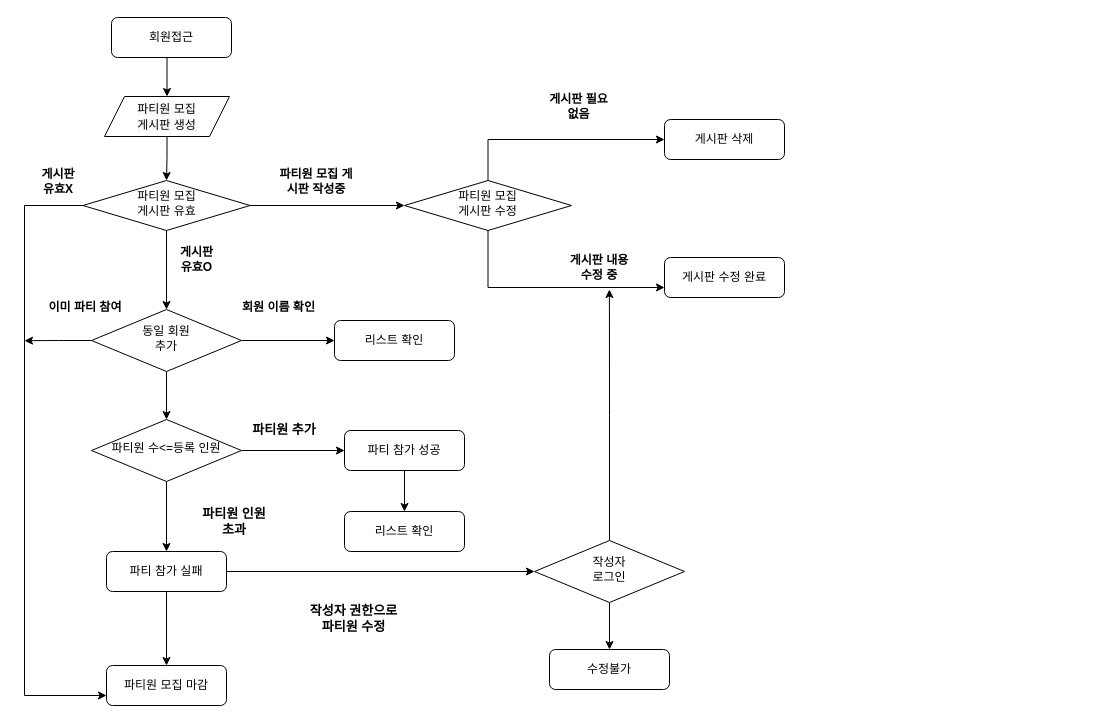
This is Untitled Diagram.drawio from userminsu/git, a draw.io file, before an edit. Source tidied: cells renumbered, new cells numbered last; positions are measured from the earlier drawing's top-left corner, leaving out a move shared by most shapes. Both pictures are drawn from the tidied source at 100%, with x=0, y=0 at pixel (24, 17).
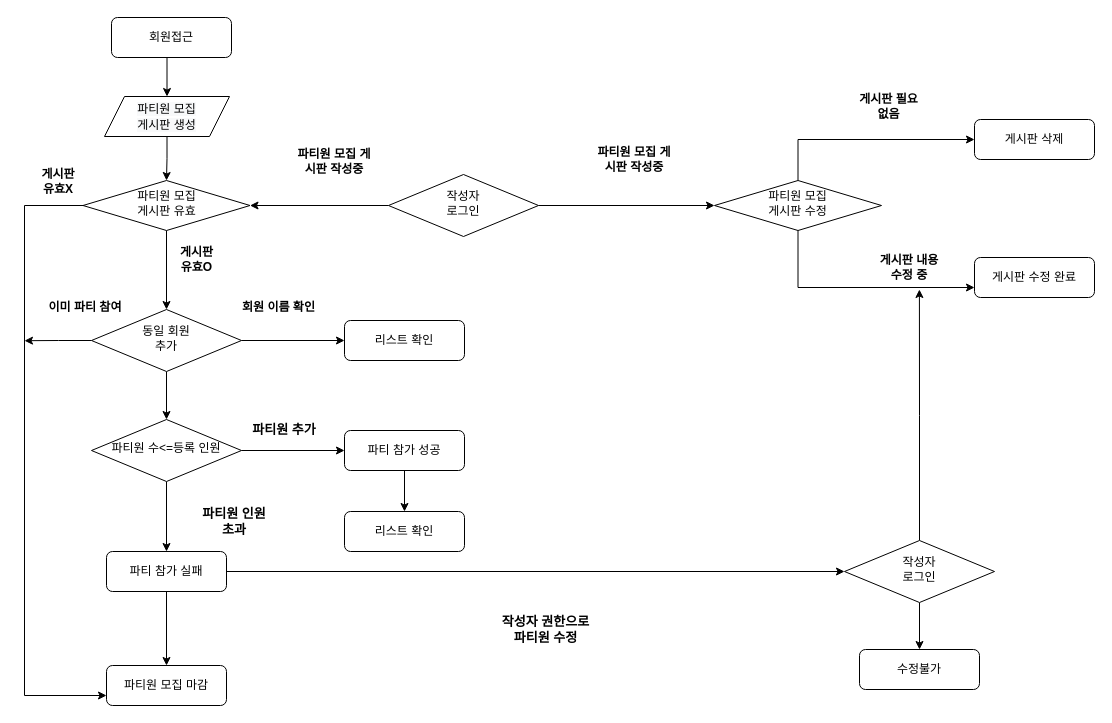
The same diagram, later.

The change refers to these unchanged cells:
```xml
<mxCell id="18" value="파티원 모집&lt;br&gt;게시판 유효" style="rhombus;whiteSpace=wrap;html=1;shadow=0;fontFamily=Helvetica;fontSize=12;align=center;strokeWidth=1;spacing=6;spacingTop=-4;" parent="1" vertex="1">
  <mxGeometry x="58.5" y="163" width="167" height="50" as="geometry" />
</mxCell>
```

Change to the diagram source:
```diff
@@
-    <mxCell id="16" style="edgeStyle=orthogonalEdgeStyle;rounded=0;jettySize=auto;html=1;exitX=1;exitY=0.5;exitDx=0;exitDy=0;entryX=0;entryY=0.5;entryDx=0;entryDy=0;fontSize=12;" parent="1" edge="1" source="18" target="23">
-      <mxGeometry relative="1" as="geometry" />
-    </mxCell>
@@
     <mxCell id="23" value="파티원 모집&lt;br&gt;게시판 수정" style="rhombus;whiteSpace=wrap;html=1;shadow=0;fontFamily=Helvetica;fontSize=12;align=center;strokeWidth=1;spacing=6;spacingTop=-4;" parent="1" vertex="1">
-      <mxGeometry x="380" y="163" width="167" height="50" as="geometry" />
+      <mxGeometry x="690" y="163" width="167" height="50" as="geometry" />
     </mxCell>
     <mxCell id="24" value="게시판 삭제" style="rounded=1;whiteSpace=wrap;html=1;fontSize=12;glass=0;strokeWidth=1;shadow=0;" parent="1" vertex="1">
-      <mxGeometry x="640" y="102" width="120" height="40" as="geometry" />
+      <mxGeometry x="950" y="102" width="120" height="40" as="geometry" />
     </mxCell>
     <mxCell id="25" value="게시판 수정 완료" style="rounded=1;whiteSpace=wrap;html=1;fontSize=12;glass=0;strokeWidth=1;shadow=0;" parent="1" vertex="1">
-      <mxGeometry x="640" y="240" width="120" height="40" as="geometry" />
+      <mxGeometry x="950" y="240" width="120" height="40" as="geometry" />
     </mxCell>
@@
     <mxCell id="28" value="파티원 모집 게시판 작성중" style="text;html=1;strokeColor=none;fillColor=none;align=center;verticalAlign=middle;whiteSpace=wrap;rounded=0;fontSize=12;fontStyle=1;" parent="1" vertex="1">
-      <mxGeometry x="252" y="154" width="80" height="20" as="geometry" />
+      <mxGeometry x="270" y="134" width="80" height="20" as="geometry" />
     </mxCell>
     <mxCell id="29" value="게시판 필요 없음" style="text;html=1;strokeColor=none;fillColor=none;align=center;verticalAlign=middle;whiteSpace=wrap;rounded=0;fontSize=12;fontStyle=1;" parent="1" vertex="1">
-      <mxGeometry x="520" y="79" width="68.8" height="20" as="geometry" />
+      <mxGeometry x="830" y="79" width="68.8" height="20" as="geometry" />
     </mxCell>
     <mxCell id="30" value="게시판 내용 수정 중" style="text;html=1;strokeColor=none;fillColor=none;align=center;verticalAlign=middle;whiteSpace=wrap;rounded=0;fontSize=12;fontStyle=1;" parent="1" vertex="1">
-      <mxGeometry x="540" y="240" width="70" height="20" as="geometry" />
+      <mxGeometry x="850" y="240" width="70" height="20" as="geometry" />
     </mxCell>
@@
     <mxCell id="35" value="리스트 확인" style="rounded=1;whiteSpace=wrap;html=1;fontSize=12;glass=0;strokeWidth=1;shadow=0;" parent="1" vertex="1">
-      <mxGeometry x="310" y="303" width="120" height="40" as="geometry" />
+      <mxGeometry x="320" y="303" width="120" height="40" as="geometry" />
     </mxCell>
@@
     <mxCell id="40" style="edgeStyle=orthogonalEdgeStyle;rounded=0;jettySize=auto;html=1;exitX=0.5;exitY=0;exitDx=0;exitDy=0;fontSize=13;" parent="1" edge="1" source="41">
       <mxGeometry relative="1" as="geometry">
-        <mxPoint x="584.9" y="272" as="targetPoint" />
+        <mxPoint x="894.9" y="272" as="targetPoint" />
       </mxGeometry>
     </mxCell>
     <mxCell id="41" value="작성자&lt;br&gt;로그인" style="rhombus;whiteSpace=wrap;html=1;shadow=0;fontFamily=Helvetica;fontSize=12;align=center;strokeWidth=1;spacing=6;spacingTop=-4;" parent="1" vertex="1">
-      <mxGeometry x="510" y="523" width="150" height="62" as="geometry" />
+      <mxGeometry x="820" y="523" width="150" height="62" as="geometry" />
     </mxCell>
     <mxCell id="42" value="수정불가" style="rounded=1;whiteSpace=wrap;html=1;fontSize=12;glass=0;strokeWidth=1;shadow=0;" parent="1" vertex="1">
-      <mxGeometry x="525" y="632" width="120" height="40" as="geometry" />
+      <mxGeometry x="835" y="632" width="120" height="40" as="geometry" />
     </mxCell>
     <mxCell id="43" value="작성자 권한으로 파티원 수정" style="text;html=1;strokeColor=none;fillColor=none;align=center;verticalAlign=middle;whiteSpace=wrap;rounded=0;fontSize=13;fontStyle=1;" parent="1" vertex="1">
-      <mxGeometry x="280" y="591" width="98.5" height="20" as="geometry" />
+      <mxGeometry x="471.5" y="602" width="98.5" height="20" as="geometry" />
     </mxCell>
+    <mxCell id="44" style="edgeStyle=orthogonalEdgeStyle;rounded=0;jettySize=auto;html=1;exitX=0;exitY=0.5;exitDx=0;exitDy=0;entryX=1;entryY=0.5;entryDx=0;entryDy=0;" parent="1" edge="1" source="46" target="18">
+      <mxGeometry relative="1" as="geometry" />
+    </mxCell>
+    <mxCell id="45" style="edgeStyle=orthogonalEdgeStyle;rounded=0;jettySize=auto;html=1;exitX=1;exitY=0.5;exitDx=0;exitDy=0;entryX=0;entryY=0.5;entryDx=0;entryDy=0;" parent="1" edge="1" source="46" target="23">
+      <mxGeometry relative="1" as="geometry" />
+    </mxCell>
+    <mxCell id="46" value="작성자&lt;br&gt;로그인" style="rhombus;whiteSpace=wrap;html=1;shadow=0;fontFamily=Helvetica;fontSize=12;align=center;strokeWidth=1;spacing=6;spacingTop=-4;" parent="1" vertex="1">
+      <mxGeometry x="364" y="157" width="150" height="62" as="geometry" />
+    </mxCell>
+    <mxCell id="47" value="파티원 모집 게시판 작성중" style="text;html=1;strokeColor=none;fillColor=none;align=center;verticalAlign=middle;whiteSpace=wrap;rounded=0;fontSize=12;fontStyle=1;" parent="1" vertex="1">
+      <mxGeometry x="570" y="132" width="80" height="20" as="geometry" />
+    </mxCell>
```
